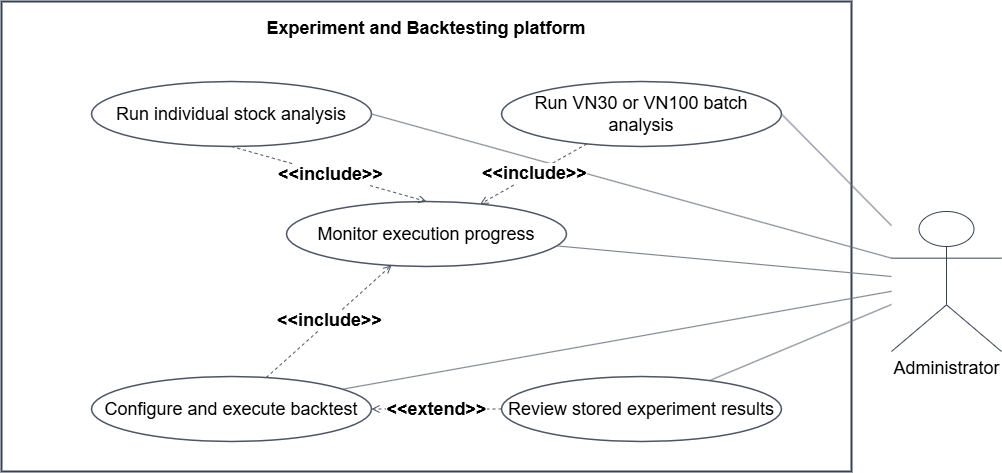
The draw.io diagram report/figures/chapter3/stockrium_use_case_model_web.png in lqhuy04/Thesis-22125031-22125035, before a commit. Source tidied: cells renumbered, new cells last; positions are measured from the earlier drawing's top-left corner, leaving out a move shared by most shapes.
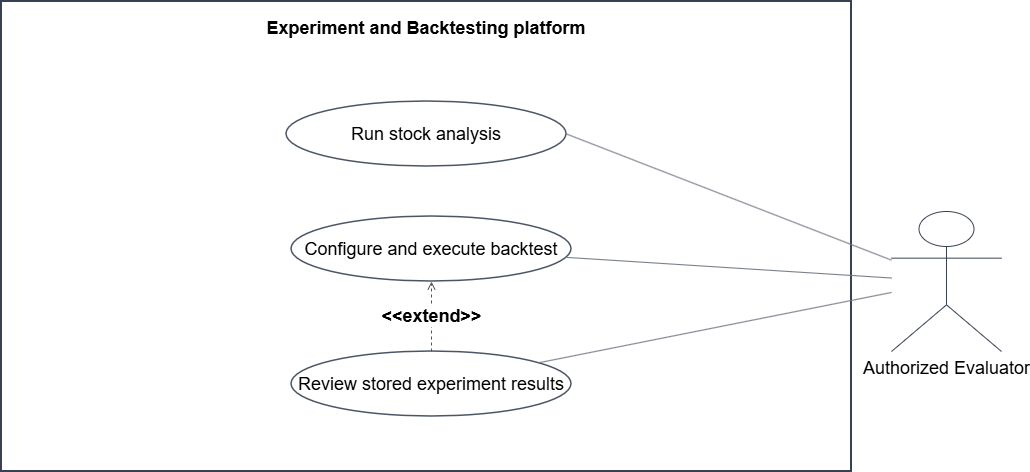
After the change.

What changed in the source:
```diff
@@ -5,50 +5,29 @@
     <mxCell id="2" value="Experiment and Backtesting platform" style="rounded=0;whiteSpace=wrap;html=1;fillColor=#ffffff;strokeColor=#374151;strokeWidth=2;verticalAlign=top;align=center;spacingTop=10;fontStyle=1;fontSize=18;" parent="1" vertex="1">
       <mxGeometry width="850" height="470" as="geometry" />
     </mxCell>
-    <mxCell id="3" value="Administrator" style="shape=umlActor;verticalLabelPosition=bottom;verticalAlign=top;html=1;strokeColor=#374151;fillColor=#ffffff;fontSize=18;" parent="1" vertex="1">
+    <mxCell id="3" value="Authorized Evaluator" style="shape=umlActor;verticalLabelPosition=bottom;verticalAlign=top;html=1;strokeColor=#374151;fillColor=#ffffff;fontSize=18;" parent="1" vertex="1">
       <mxGeometry x="890" y="210" width="110" height="140" as="geometry" />
     </mxCell>
-    <mxCell id="4" value="Run individual stock analysis" style="ellipse;whiteSpace=wrap;html=1;fillColor=#ffffff;strokeColor=#4b5563;strokeWidth=1.5;fontSize=18;" parent="1" vertex="1">
-      <mxGeometry x="90" y="80" width="280" height="65" as="geometry" />
+    <mxCell id="4" value="Run stock analysis" style="ellipse;whiteSpace=wrap;html=1;fillColor=#ffffff;strokeColor=#4b5563;strokeWidth=1.5;fontSize=18;" parent="1" vertex="1">
+      <mxGeometry x="285" y="100" width="280" height="65" as="geometry" />
     </mxCell>
-    <mxCell id="5" value="Run VN30 or VN100 batch analysis" style="ellipse;whiteSpace=wrap;html=1;fillColor=#ffffff;strokeColor=#4b5563;strokeWidth=1.5;fontSize=18;" parent="1" vertex="1">
-      <mxGeometry x="500" y="80" width="280" height="65" as="geometry" />
+    <mxCell id="5" value="Configure and execute backtest" style="ellipse;whiteSpace=wrap;html=1;fillColor=#ffffff;strokeColor=#4b5563;strokeWidth=1.5;fontSize=18;" parent="1" vertex="1">
+      <mxGeometry x="290" y="215" width="280" height="65" as="geometry" />
     </mxCell>
-    <mxCell id="6" value="Configure and execute backtest" style="ellipse;whiteSpace=wrap;html=1;fillColor=#ffffff;strokeColor=#4b5563;strokeWidth=1.5;fontSize=18;" parent="1" vertex="1">
-      <mxGeometry x="90" y="375" width="280" height="65" as="geometry" />
+    <mxCell id="6" value="Review stored experiment results" style="ellipse;whiteSpace=wrap;html=1;fillColor=#ffffff;strokeColor=#4b5563;strokeWidth=1.5;fontSize=18;" parent="1" vertex="1">
+      <mxGeometry x="290" y="350" width="280" height="65" as="geometry" />
     </mxCell>
-    <mxCell id="7" value="Monitor execution progress" style="ellipse;whiteSpace=wrap;html=1;fillColor=#ffffff;strokeColor=#4b5563;strokeWidth=1.5;fontSize=18;" parent="1" vertex="1">
-      <mxGeometry x="285" y="200" width="280" height="65" as="geometry" />
+    <mxCell id="7" style="html=1;rounded=0;endArrow=none;strokeColor=#6b7280;fontSize=18;entryX=1;entryY=0.5;entryDx=0;entryDy=0;" parent="1" edge="1" source="3" target="4">
+      <mxGeometry relative="1" as="geometry" />
     </mxCell>
-    <mxCell id="8" value="Review stored experiment results" style="ellipse;whiteSpace=wrap;html=1;fillColor=#ffffff;strokeColor=#4b5563;strokeWidth=1.5;fontSize=18;" parent="1" vertex="1">
-      <mxGeometry x="500" y="375" width="280" height="65" as="geometry" />
+    <mxCell id="8" style="html=1;rounded=0;endArrow=none;strokeColor=#6b7280;fontSize=18;" parent="1" edge="1" source="3" target="5">
+      <mxGeometry relative="1" as="geometry" />
     </mxCell>
-    <mxCell id="9" style="html=1;rounded=0;endArrow=none;strokeColor=#6b7280;fontSize=18;exitX=0;exitY=0.3333333333333333;exitDx=0;exitDy=0;exitPerimeter=0;entryX=1;entryY=0.5;entryDx=0;entryDy=0;" parent="1" edge="1" source="3" target="4">
+    <mxCell id="9" style="html=1;rounded=0;endArrow=none;strokeColor=#6b7280;fontSize=18;" parent="1" edge="1" source="3" target="6">
       <mxGeometry relative="1" as="geometry" />
     </mxCell>
-    <mxCell id="10" style="html=1;rounded=0;endArrow=none;strokeColor=#6b7280;fontSize=18;entryX=1;entryY=0.5;entryDx=0;entryDy=0;" parent="1" edge="1" source="3" target="5">
+    <mxCell id="10" value="&amp;lt;&amp;lt;extend&amp;gt;&amp;gt;" style="html=1;rounded=0;dashed=1;endArrow=open;endFill=0;strokeColor=#4b5563;fontStyle=1;fontSize=18;" parent="1" edge="1" source="6" target="5">
       <mxGeometry relative="1" as="geometry" />
     </mxCell>
-    <mxCell id="11" style="html=1;rounded=0;endArrow=none;strokeColor=#6b7280;fontSize=18;" parent="1" edge="1" source="3" target="6">
-      <mxGeometry relative="1" as="geometry" />
-    </mxCell>
-    <mxCell id="12" style="html=1;rounded=0;endArrow=none;strokeColor=#6b7280;fontSize=18;" parent="1" edge="1" source="3" target="7">
-      <mxGeometry relative="1" as="geometry" />
-    </mxCell>
-    <mxCell id="13" style="html=1;rounded=0;endArrow=none;strokeColor=#6b7280;fontSize=18;" parent="1" edge="1" source="3" target="8">
-      <mxGeometry relative="1" as="geometry" />
-    </mxCell>
-    <mxCell id="14" value="&amp;lt;&amp;lt;include&amp;gt;&amp;gt;" style="html=1;rounded=0;dashed=1;endArrow=open;endFill=0;strokeColor=#4b5563;fontStyle=1;fontSize=18;" parent="1" edge="1" source="5" target="7">
-      <mxGeometry relative="1" as="geometry" />
-    </mxCell>
-    <mxCell id="15" value="&amp;lt;&amp;lt;include&amp;gt;&amp;gt;" style="html=1;rounded=0;dashed=1;endArrow=open;endFill=0;strokeColor=#4b5563;fontStyle=1;fontSize=18;" parent="1" edge="1" source="6" target="7">
-      <mxGeometry relative="1" as="geometry" />
-    </mxCell>
-    <mxCell id="16" value="&amp;lt;&amp;lt;extend&amp;gt;&amp;gt;" style="html=1;rounded=0;dashed=1;endArrow=open;endFill=0;strokeColor=#4b5563;fontStyle=1;fontSize=18;" parent="1" edge="1" source="8" target="6">
-      <mxGeometry relative="1" as="geometry" />
-    </mxCell>
-    <mxCell id="17" value="&amp;lt;&amp;lt;include&amp;gt;&amp;gt;" style="html=1;rounded=0;dashed=1;endArrow=open;endFill=0;strokeColor=#4b5563;fontStyle=1;fontSize=18;exitX=0.5;exitY=1;exitDx=0;exitDy=0;entryX=0.5;entryY=0;entryDx=0;entryDy=0;" parent="1" edge="1" source="4" target="7">
-      <mxGeometry relative="1" as="geometry" />
-    </mxCell>
   </root>
 </mxGraphModel>
```
